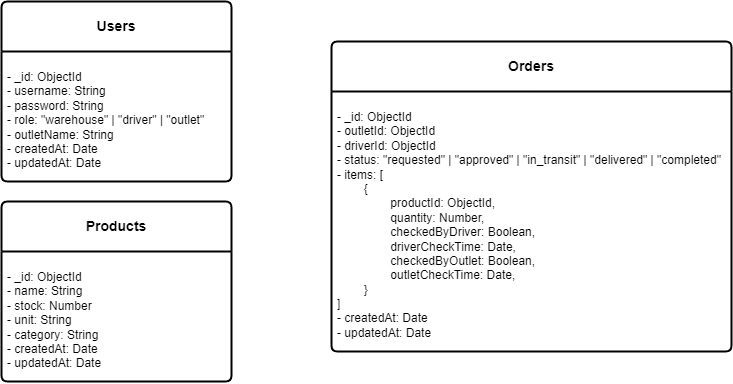
The draw.io diagram db.drawio.png in rmt-59-finalproject/server, before a commit. Source tidied: cells renumbered, new cells last; positions are measured from the earlier drawing's top-left corner, leaving out a move shared by most shapes.
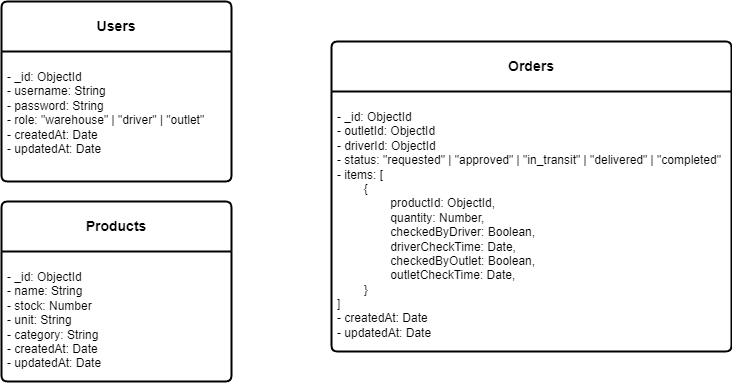
Above is the later version.

Commit message:
feat: warehouse seeders & generate API docs

Diff of the diagram source:
```diff
@@ -5,7 +5,7 @@
     <mxCell id="2" value="&lt;b&gt;Users&lt;/b&gt;" style="swimlane;horizontal=1;startSize=50;rounded=1;fontSize=14;fontStyle=0;strokeWidth=2;shadow=0;dashed=0;align=center;arcSize=4;whiteSpace=wrap;html=1;" parent="1" vertex="1">
       <mxGeometry width="230" height="180" as="geometry" />
     </mxCell>
-    <mxCell id="3" value="&lt;p&gt;- _id: ObjectId&lt;br&gt;- username: String&lt;br&gt;- password: String&lt;br&gt;- role: &quot;warehouse&quot; | &quot;driver&quot; | &quot;outlet&quot;&lt;br&gt;- outletName: String&lt;br&gt;- createdAt: Date&lt;br&gt;- updatedAt: Date&lt;/p&gt;" style="align=left;strokeColor=none;fillColor=none;spacingLeft=4;fontSize=12;verticalAlign=top;html=1;" parent="2" vertex="1">
+    <mxCell id="3" value="&lt;p&gt;- _id: ObjectId&lt;br&gt;- username: String&lt;br&gt;- password: String&lt;br&gt;- role: &quot;warehouse&quot; | &quot;driver&quot; | &quot;outlet&quot;&lt;br&gt;- createdAt: Date&lt;br&gt;- updatedAt: Date&lt;/p&gt;" style="align=left;strokeColor=none;fillColor=none;spacingLeft=4;fontSize=12;verticalAlign=top;html=1;" parent="2" vertex="1">
       <mxGeometry y="50" width="230" height="130" as="geometry" />
     </mxCell>
     <mxCell id="4" value="&lt;b&gt;Products&lt;/b&gt;" style="swimlane;horizontal=1;startSize=50;rounded=1;fontSize=14;fontStyle=0;strokeWidth=2;shadow=0;dashed=0;align=center;arcSize=4;whiteSpace=wrap;html=1;" parent="1" vertex="1">
```
